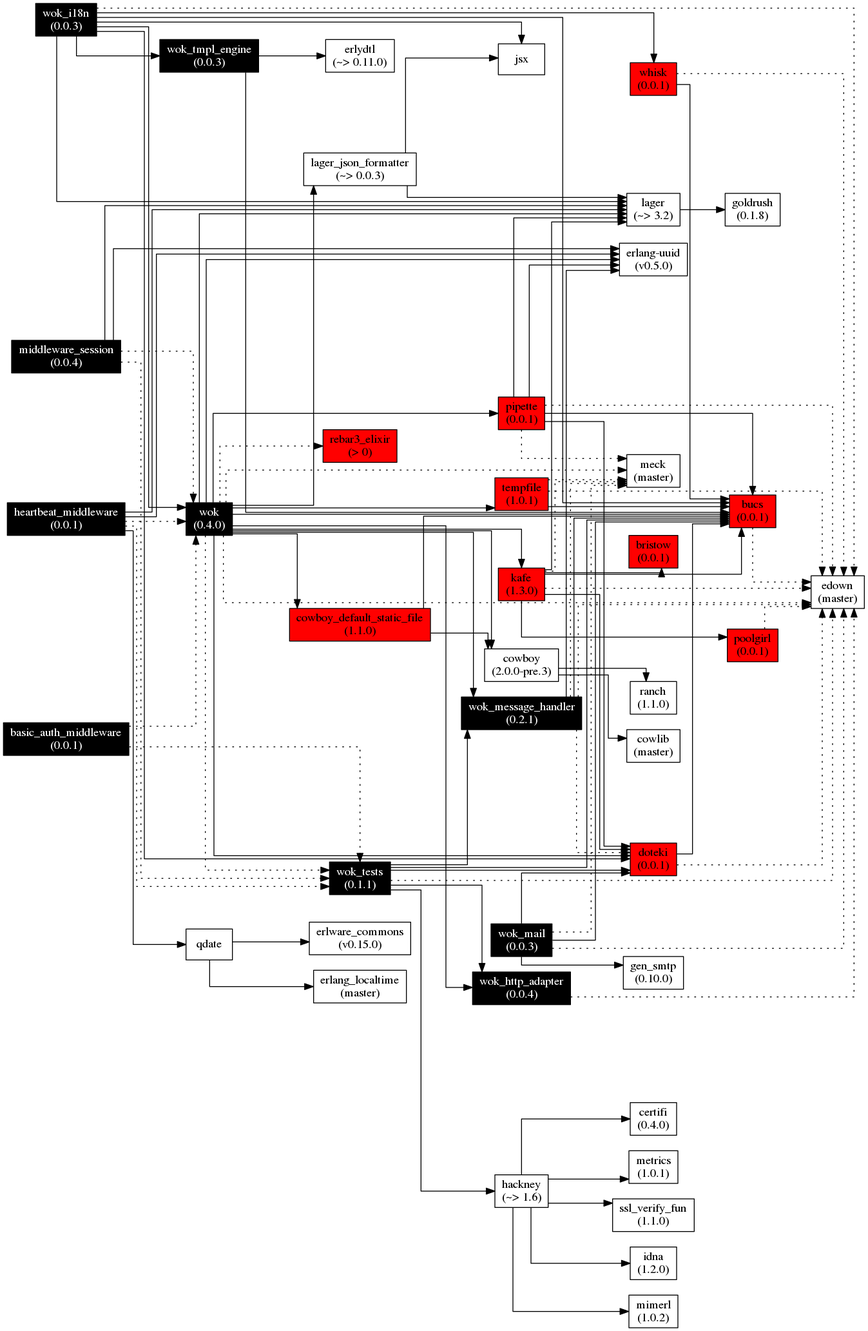
Earlier version of the Graphviz export doc/images/wok.deps.png (botsunit/wok). Its source is kept beside it as images/wok.deps.gv.
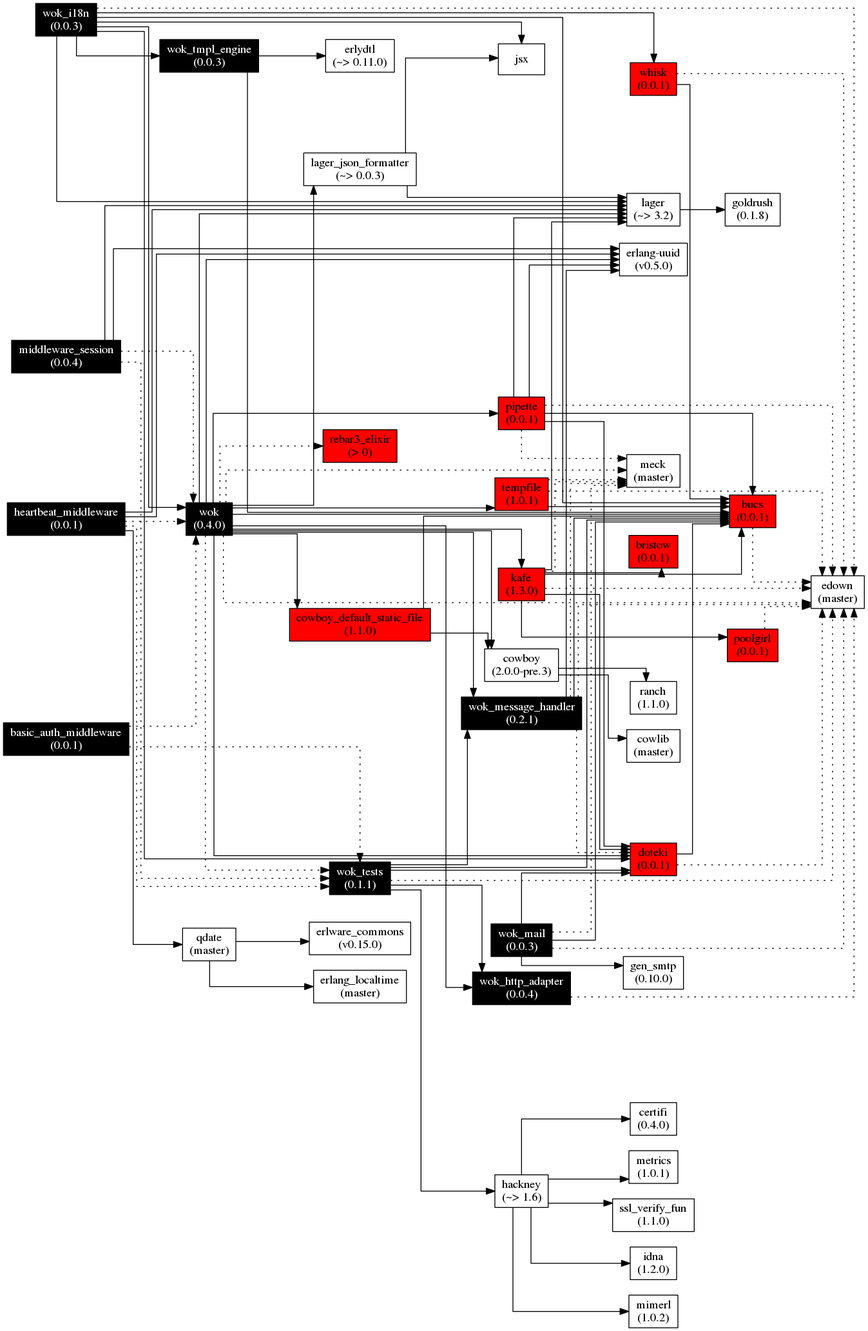
The same diagram one commit later.

The edit, as a diff of the source:
```diff
@@ -44,6 +44,7 @@
   basic_auth_middleware[label="basic_auth_middleware\n(0.0.1)", fontcolor="white", style="filled", fillcolor="black"];
   middleware_session[label="middleware_session\n(0.0.4)", fontcolor="white", style="filled", fillcolor="black"];
   heartbeat_middleware[label="heartbeat_middleware\n(0.0.1)", fontcolor="white", style="filled", fillcolor="black"];
+  qdate[label="qdate\n(master)"];
   erlware_commons[label="erlware_commons\n(v0.15.0)"];
   erlang_localtime[label="erlang_localtime\n(master)"];
 
```
